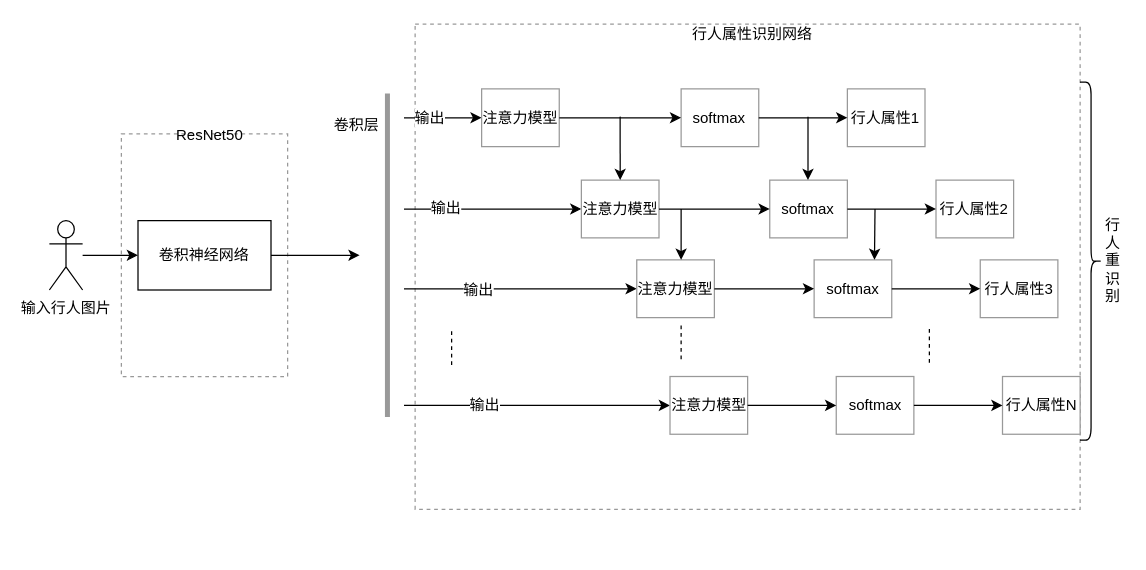
This is page "第 2 页" (2 of 4) of img/ResNet50结构图.drawio from xjhjinhui/Hydraplus_Net, a draw.io file, before an edit. Source tidied: cells renumbered, new cells numbered last; positions are measured from the earlier drawing's top-left corner, leaving out a move shared by most shapes. Both pictures are drawn from the tidied source at 125%, with x=0, y=0 at pixel (49, 21).
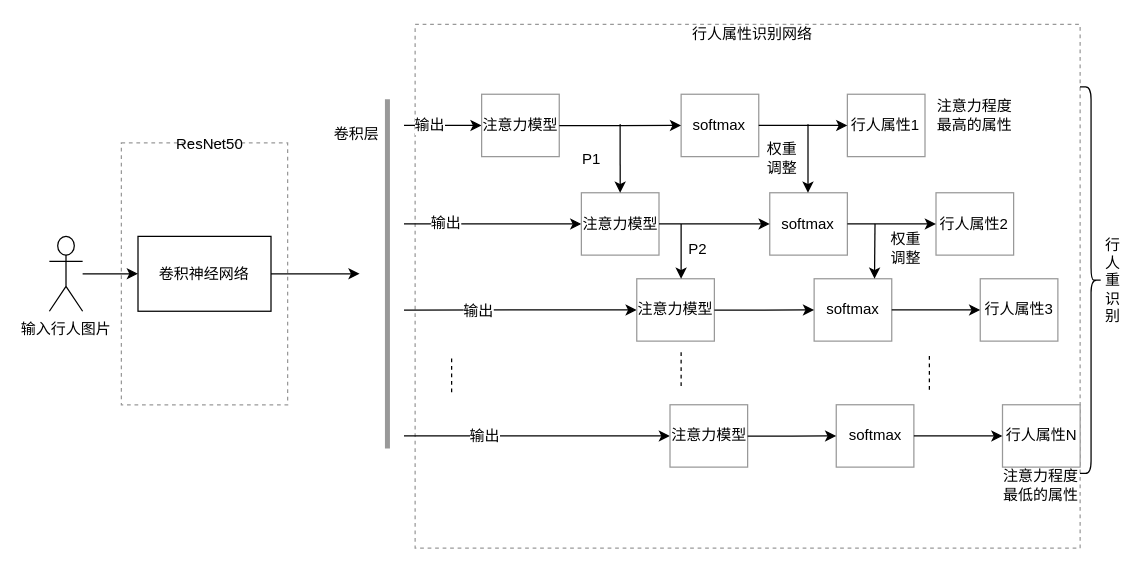
The same page after the edit.

What changed in the source:
```diff
@@
     <mxCell id="2" style="group;" parent="1" vertex="1">
-      <mxGeometry width="860" height="390" as="geometry" />
+      <mxGeometry width="860" height="421" as="geometry" />
     </mxCell>
     <mxCell id="3" style="rounded=0;whiteSpace=wrap;html=1;strokeColor=#999999;fontColor=#CCCCCC;dashed=1;" parent="2" vertex="1">
-      <mxGeometry x="292.6" y="1.8" width="532" height="388.2" as="geometry" />
+      <mxGeometry x="292.6" y="2" width="532" height="419" as="geometry" />
     </mxCell>
     <mxCell id="4" style="rounded=0;whiteSpace=wrap;html=1;strokeColor=#999999;fontColor=#CCCCCC;dashed=1;" parent="2" vertex="1">
-      <mxGeometry x="57.6" y="89.6" width="133" height="194.1" as="geometry" />
+      <mxGeometry x="57.6" y="96.8" width="133" height="209.5" as="geometry" />
     </mxCell>
     <mxCell id="5" value="输入行人图片" style="shape=umlActor;verticalLabelPosition=bottom;labelBackgroundColor=#ffffff;verticalAlign=top;html=1;outlineConnect=0;" parent="2" vertex="1">
-      <mxGeometry y="159" width="26.6" height="55.5" as="geometry" />
+      <mxGeometry y="171.6" width="26.6" height="59.9" as="geometry" />
     </mxCell>
     <mxCell id="6" style="edgeStyle=orthogonalEdgeStyle;rounded=0;jettySize=auto;html=1;entryX=0.5;entryY=1;entryDx=0;entryDy=0;" parent="2" edge="1" source="7">
       <mxGeometry relative="1" as="geometry">
-        <mxPoint x="248.2" y="186.7" as="targetPoint" />
+        <mxPoint x="248.2" y="201.5" as="targetPoint" />
       </mxGeometry>
     </mxCell>
     <mxCell id="7" value="卷积神经网络" style="rounded=0;whiteSpace=wrap;html=1;" parent="2" vertex="1">
-      <mxGeometry x="70.9" y="159" width="106.4" height="55.5" as="geometry" />
+      <mxGeometry x="70.9" y="171.6" width="106.4" height="59.9" as="geometry" />
     </mxCell>
@@
     <mxCell id="9" style="line;strokeWidth=4;direction=south;html=1;perimeter=backbonePerimeter;fontColor=#CCCCCC;strokeColor=#999999;" parent="2" vertex="1">
-      <mxGeometry x="266" y="57.3" width="8.9" height="258.8" as="geometry" />
+      <mxGeometry x="266" y="61.9" width="8.9" height="279.3" as="geometry" />
     </mxCell>
     <mxCell id="10" value="ResNet50" style="text;html=1;align=center;verticalAlign=middle;fontColor=#000000;" parent="2" vertex="1">
-      <mxGeometry x="93.1" y="81.3" width="70" height="20" as="geometry" />
+      <mxGeometry x="93.1" y="87.8" width="70" height="20" as="geometry" />
     </mxCell>
     <mxCell id="11" style="endArrow=classic;html=1;fontColor=#000000;entryX=0;entryY=0.5;entryDx=0;entryDy=0;" parent="2" edge="1" target="19">
       <mxGeometry relative="1" as="geometry">
-        <mxPoint x="283.7" y="76.7" as="sourcePoint" />
+        <mxPoint x="283.7" y="82.8" as="sourcePoint" />
       </mxGeometry>
     </mxCell>
@@
     <mxCell id="13" style="endArrow=classic;html=1;fontColor=#000000;entryX=0;entryY=0.5;entryDx=0;entryDy=0;" parent="2" edge="1" target="20">
       <mxGeometry relative="1" as="geometry">
-        <mxPoint x="283.7" y="149.7" as="sourcePoint" />
+        <mxPoint x="283.7" y="161.6" as="sourcePoint" />
       </mxGeometry>
     </mxCell>
@@
     <mxCell id="15" style="endArrow=classic;html=1;fontColor=#000000;entryX=0;entryY=0.5;entryDx=0;entryDy=0;" parent="2" edge="1" target="21">
       <mxGeometry relative="1" as="geometry">
-        <mxPoint x="283.7" y="213.5" as="sourcePoint" />
+        <mxPoint x="283.7" y="230.5" as="sourcePoint" />
       </mxGeometry>
     </mxCell>
@@
     <mxCell id="17" style="endArrow=classic;html=1;fontColor=#000000;entryX=0;entryY=0.5;entryDx=0;entryDy=0;" parent="2" edge="1" target="22">
       <mxGeometry relative="1" as="geometry">
-        <mxPoint x="283.7" y="306.8" as="sourcePoint" />
+        <mxPoint x="283.7" y="331.2" as="sourcePoint" />
       </mxGeometry>
     </mxCell>
@@
     <mxCell id="19" value="注意力模型" style="rounded=0;whiteSpace=wrap;html=1;strokeColor=#999999;fontColor=#000000;" parent="2" vertex="1">
-      <mxGeometry x="345.8" y="53.6" width="62.1" height="46.2" as="geometry" />
+      <mxGeometry x="345.8" y="57.9" width="62.1" height="49.9" as="geometry" />
     </mxCell>
     <mxCell id="20" value="注意力模型" style="rounded=0;whiteSpace=wrap;html=1;strokeColor=#999999;fontColor=#000000;" parent="2" vertex="1">
-      <mxGeometry x="425.6" y="126.6" width="62.1" height="46.2" as="geometry" />
+      <mxGeometry x="425.6" y="136.7" width="62.1" height="49.9" as="geometry" />
     </mxCell>
     <mxCell id="21" value="注意力模型" style="rounded=0;whiteSpace=wrap;html=1;strokeColor=#999999;fontColor=#000000;" parent="2" vertex="1">
-      <mxGeometry x="469.9" y="190.4" width="62.1" height="46.2" as="geometry" />
+      <mxGeometry x="469.9" y="205.5" width="62.1" height="49.9" as="geometry" />
     </mxCell>
     <mxCell id="22" value="注意力模型" style="rounded=0;whiteSpace=wrap;html=1;strokeColor=#999999;fontColor=#000000;" parent="2" vertex="1">
-      <mxGeometry x="496.5" y="283.7" width="62.1" height="46.2" as="geometry" />
+      <mxGeometry x="496.5" y="306.3" width="62.1" height="49.9" as="geometry" />
     </mxCell>
     <mxCell id="23" style="endArrow=none;dashed=1;html=1;fontColor=#000000;" parent="2" edge="1">
       <mxGeometry relative="1" as="geometry">
-        <mxPoint x="505.4" y="269.9" as="sourcePoint" />
-        <mxPoint x="505.4" y="242.1" as="targetPoint" />
+        <mxPoint x="505.4" y="291.3" as="sourcePoint" />
+        <mxPoint x="505.4" y="261.4" as="targetPoint" />
       </mxGeometry>
     </mxCell>
     <mxCell id="24" style="endArrow=classic;html=1;fontColor=#000000;entryX=0.5;entryY=0;entryDx=0;entryDy=0;" parent="2" edge="1" target="20">
       <mxGeometry relative="1" as="geometry">
-        <mxPoint x="456.6" y="75.8" as="sourcePoint" />
+        <mxPoint x="456.6" y="81.8" as="sourcePoint" />
       </mxGeometry>
     </mxCell>
     <mxCell id="25" value="softmax" style="rounded=0;whiteSpace=wrap;html=1;strokeColor=#999999;fontColor=#000000;" parent="2" vertex="1">
-      <mxGeometry x="505.4" y="53.6" width="62.1" height="46.2" as="geometry" />
+      <mxGeometry x="505.4" y="57.9" width="62.1" height="49.9" as="geometry" />
     </mxCell>
@@
     <mxCell id="27" value="行人属性1" style="rounded=0;whiteSpace=wrap;html=1;strokeColor=#999999;fontColor=#000000;" parent="2" vertex="1">
-      <mxGeometry x="638.4" y="53.6" width="62.1" height="46.2" as="geometry" />
+      <mxGeometry x="638.4" y="57.9" width="62.1" height="49.9" as="geometry" />
     </mxCell>
@@
     <mxCell id="29" value="softmax" style="rounded=0;whiteSpace=wrap;html=1;strokeColor=#999999;fontColor=#000000;" parent="2" vertex="1">
-      <mxGeometry x="576.3" y="126.6" width="62.1" height="46.2" as="geometry" />
+      <mxGeometry x="576.3" y="136.7" width="62.1" height="49.9" as="geometry" />
     </mxCell>
@@
     <mxCell id="31" value="行人属性2" style="rounded=0;whiteSpace=wrap;html=1;strokeColor=#999999;fontColor=#000000;" parent="2" vertex="1">
-      <mxGeometry x="709.3" y="126.6" width="62.1" height="46.2" as="geometry" />
+      <mxGeometry x="709.3" y="136.7" width="62.1" height="49.9" as="geometry" />
     </mxCell>
@@
     <mxCell id="33" value="softmax" style="rounded=0;whiteSpace=wrap;html=1;strokeColor=#999999;fontColor=#000000;" parent="2" vertex="1">
-      <mxGeometry x="611.8" y="190.4" width="62.1" height="46.2" as="geometry" />
+      <mxGeometry x="611.8" y="205.5" width="62.1" height="49.9" as="geometry" />
     </mxCell>
@@
     <mxCell id="35" value="行人属性3" style="rounded=0;whiteSpace=wrap;html=1;strokeColor=#999999;fontColor=#000000;" parent="2" vertex="1">
-      <mxGeometry x="744.7" y="190.4" width="62.1" height="46.2" as="geometry" />
+      <mxGeometry x="744.7" y="205.5" width="62.1" height="49.9" as="geometry" />
     </mxCell>
@@
     <mxCell id="37" style="endArrow=classic;html=1;fontColor=#000000;entryX=0.5;entryY=0;entryDx=0;entryDy=0;" parent="2" edge="1">
       <mxGeometry relative="1" as="geometry">
-        <mxPoint x="505.4" y="149.7" as="sourcePoint" />
-        <mxPoint x="505.4" y="190.4" as="targetPoint" />
+        <mxPoint x="505.4" y="161.6" as="sourcePoint" />
+        <mxPoint x="505.4" y="205.5" as="targetPoint" />
       </mxGeometry>
     </mxCell>
     <mxCell id="38" style="endArrow=classic;html=1;fontColor=#000000;entryX=0.5;entryY=0;entryDx=0;entryDy=0;" parent="2" edge="1">
       <mxGeometry relative="1" as="geometry">
-        <mxPoint x="606.9" y="75.8" as="sourcePoint" />
-        <mxPoint x="606.9" y="126.6" as="targetPoint" />
+        <mxPoint x="606.9" y="81.8" as="sourcePoint" />
+        <mxPoint x="606.9" y="136.7" as="targetPoint" />
       </mxGeometry>
     </mxCell>
     <mxCell id="39" value="softmax" style="rounded=0;whiteSpace=wrap;html=1;strokeColor=#999999;fontColor=#000000;" parent="2" vertex="1">
-      <mxGeometry x="629.5" y="283.7" width="62.1" height="46.2" as="geometry" />
+      <mxGeometry x="629.5" y="306.3" width="62.1" height="49.9" as="geometry" />
     </mxCell>
@@
     <mxCell id="41" value="行人属性N" style="rounded=0;whiteSpace=wrap;html=1;strokeColor=#999999;fontColor=#000000;" parent="2" vertex="1">
-      <mxGeometry x="762.5" y="283.7" width="62.1" height="46.2" as="geometry" />
+      <mxGeometry x="762.5" y="306.3" width="62.1" height="49.9" as="geometry" />
     </mxCell>
@@
     <mxCell id="43" style="endArrow=none;dashed=1;html=1;fontColor=#000000;" parent="2" edge="1">
       <mxGeometry relative="1" as="geometry">
-        <mxPoint x="321.8" y="274.5" as="sourcePoint" />
-        <mxPoint x="321.8" y="246.8" as="targetPoint" />
+        <mxPoint x="321.8" y="296.3" as="sourcePoint" />
+        <mxPoint x="321.8" y="266.4" as="targetPoint" />
       </mxGeometry>
     </mxCell>
     <mxCell id="44" style="endArrow=none;dashed=1;html=1;fontColor=#000000;" parent="2" edge="1">
       <mxGeometry relative="1" as="geometry">
-        <mxPoint x="704" y="272.6" as="sourcePoint" />
-        <mxPoint x="704" y="244.9" as="targetPoint" />
+        <mxPoint x="704" y="294.3" as="sourcePoint" />
+        <mxPoint x="704" y="264.4" as="targetPoint" />
       </mxGeometry>
     </mxCell>
     <mxCell id="45" style="shape=curlyBracket;whiteSpace=wrap;html=1;rounded=1;strokeColor=#000000;fontColor=#000000;rotation=180;" parent="2" vertex="1">
-      <mxGeometry x="824.5" y="48.1" width="17.7" height="286.5" as="geometry" />
+      <mxGeometry x="824.5" y="51.9" width="17.7" height="309.3" as="geometry" />
     </mxCell>
     <mxCell id="46" style="endArrow=classic;html=1;fontColor=#000000;entryX=0.5;entryY=0;entryDx=0;entryDy=0;" parent="2" edge="1">
       <mxGeometry relative="1" as="geometry">
-        <mxPoint x="660.5" y="149.7" as="sourcePoint" />
-        <mxPoint x="660.1" y="190.4" as="targetPoint" />
+        <mxPoint x="660.5" y="161.6" as="sourcePoint" />
+        <mxPoint x="660.1" y="205.5" as="targetPoint" />
       </mxGeometry>
     </mxCell>
@@
     <mxCell id="48" value="行人重识别" style="text;html=1;strokeColor=none;fillColor=none;align=center;verticalAlign=middle;whiteSpace=wrap;rounded=0;fontColor=#000000;direction=south;" parent="2" vertex="1">
-      <mxGeometry x="842.3" y="172.8" width="17.7" height="37" as="geometry" />
+      <mxGeometry x="842.3" y="186.6" width="17.7" height="39.9" as="geometry" />
     </mxCell>
     <mxCell id="49" value="卷积层" style="text;html=1;strokeColor=none;fillColor=none;align=center;verticalAlign=middle;whiteSpace=wrap;rounded=0;fontColor=#000000;" parent="2" vertex="1">
-      <mxGeometry x="226" y="73" width="40" height="20" as="geometry" />
+      <mxGeometry x="226" y="78.8" width="40" height="21.6" as="geometry" />
     </mxCell>
+    <mxCell id="50" value="权重调整" style="text;html=1;strokeColor=none;fillColor=none;align=center;verticalAlign=middle;whiteSpace=wrap;rounded=0;" parent="2" vertex="1">
+      <mxGeometry x="572" y="91.8" width="29" height="34.5" as="geometry" />
+    </mxCell>
+    <mxCell id="51" value="权重调整" style="text;html=1;strokeColor=none;fillColor=none;align=center;verticalAlign=middle;whiteSpace=wrap;rounded=0;" parent="2" vertex="1">
+      <mxGeometry x="671" y="164.1" width="29" height="34.5" as="geometry" />
+    </mxCell>
+    <mxCell id="52" value="P1" style="text;html=1;strokeColor=none;fillColor=none;align=center;verticalAlign=middle;whiteSpace=wrap;rounded=0;" parent="2" vertex="1">
+      <mxGeometry x="414" y="100.4" width="40" height="20" as="geometry" />
+    </mxCell>
+    <mxCell id="53" value="注意力程度最高的属性" style="text;html=1;strokeColor=none;fillColor=none;align=center;verticalAlign=middle;whiteSpace=wrap;rounded=0;" parent="2" vertex="1">
+      <mxGeometry x="706.9" y="65" width="66.7" height="20" as="geometry" />
+    </mxCell>
+    <mxCell id="54" value="注意力程度最低的属性" style="text;html=1;strokeColor=none;fillColor=none;align=center;verticalAlign=middle;whiteSpace=wrap;rounded=0;" parent="2" vertex="1">
+      <mxGeometry x="760.1" y="361" width="66.7" height="20" as="geometry" />
+    </mxCell>
+    <mxCell id="55" value="P2" style="text;html=1;strokeColor=none;fillColor=none;align=center;verticalAlign=middle;whiteSpace=wrap;rounded=0;" parent="2" vertex="1">
+      <mxGeometry x="499" y="171.6" width="40" height="20" as="geometry" />
+    </mxCell>
```
